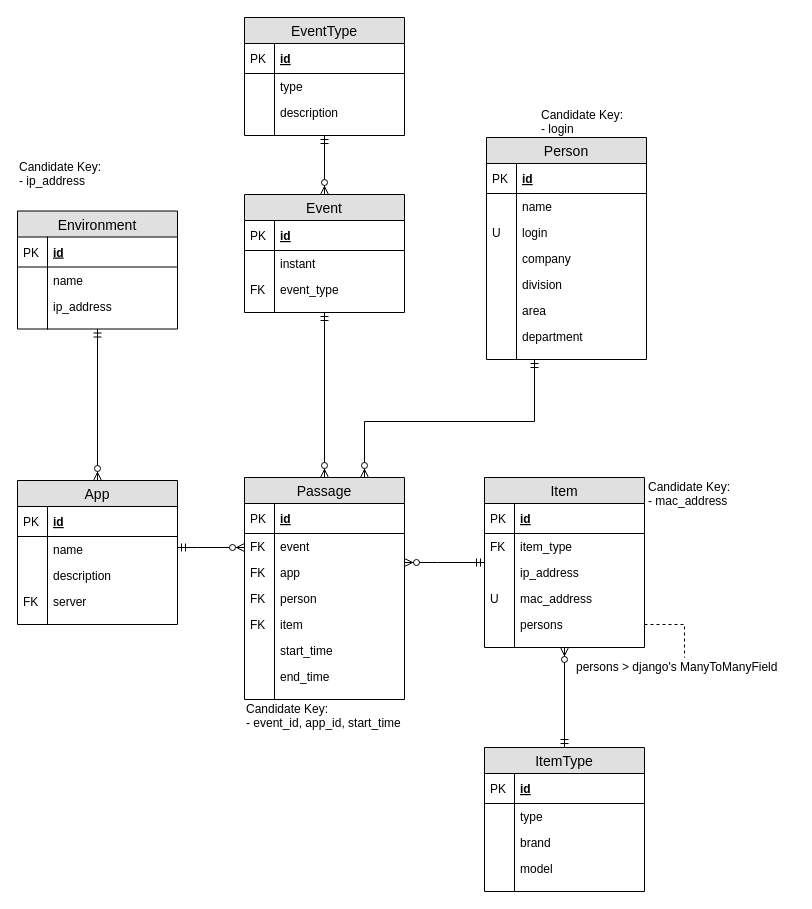
This is page "ER Extended" (2 of 2) of documentation/models/db_model.drawio from apm1005/TFG, a draw.io file, before an edit. Source tidied: cells renumbered, new cells numbered last; positions are measured from the earlier drawing's top-left corner, leaving out a move shared by most shapes. Both pictures are drawn from the tidied source at 100%, with x=0, y=0 at pixel (17, 17).
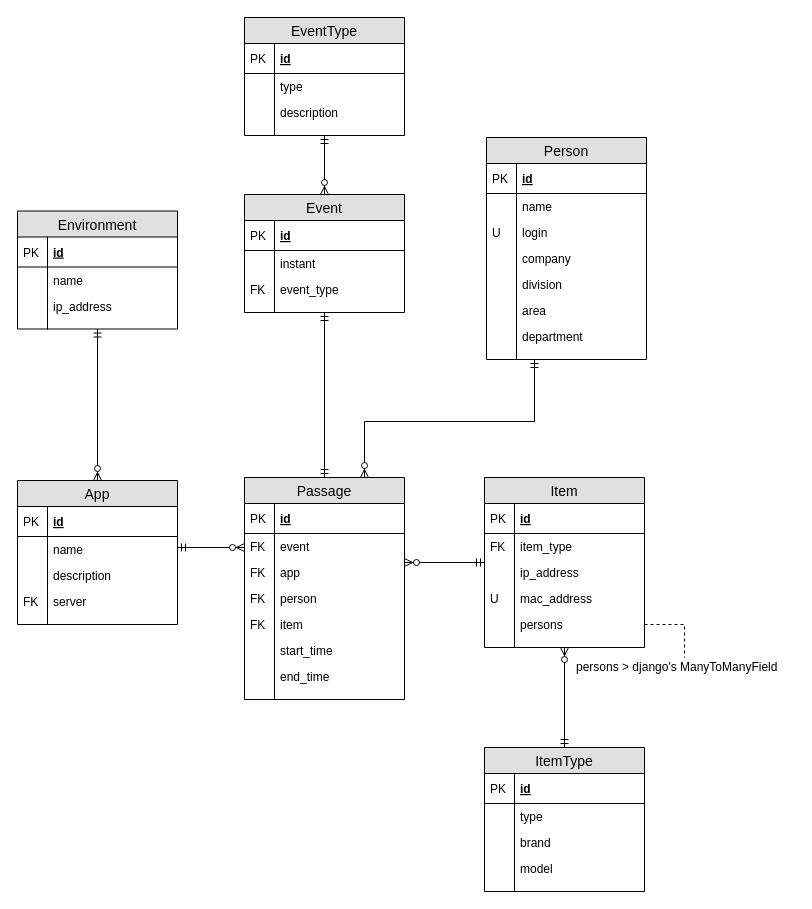
The same diagram, later.

The change refers to these unchanged cells:
```xml
<mxCell id="15" value="Event" style="swimlane;fontStyle=0;horizontal=1;startSize=26;fillColor=#e0e0e0;swimlaneFillColor=#ffffff;align=center;fontSize=14;" parent="1" vertex="1">
  <mxGeometry x="227" y="177" width="160" height="118" as="geometry" />
</mxCell>
<mxCell id="26" value="Passage" style="swimlane;fontStyle=0;horizontal=1;startSize=26;fillColor=#e0e0e0;swimlaneFillColor=#ffffff;align=center;fontSize=14;" parent="1" vertex="1">
  <mxGeometry x="227" y="460" width="160" height="222" as="geometry" />
</mxCell>
```

The edit, as a diff of the source:
```diff
@@
-    <mxCell id="24" style="edgeStyle=orthogonalEdgeStyle;rounded=0;jettySize=auto;html=1;startArrow=ERzeroToMany;startFill=1;endArrow=ERmandOne;endFill=0;" parent="1" edge="1" source="26" target="15">
+    <mxCell id="24" style="edgeStyle=orthogonalEdgeStyle;rounded=0;jettySize=auto;html=1;startArrow=ERmandOne;startFill=0;endArrow=ERmandOne;endFill=0;" parent="1" edge="1" source="26" target="15">
       <mxGeometry relative="1" as="geometry" />
     </mxCell>
@@
-    <mxCell id="105" value="Candidate Key: &lt;br&gt;- event_id, app_id, start_time" style="text;html=1;align=left;verticalAlign=top;spacingTop=-4;" parent="1" vertex="1">
-      <mxGeometry x="227" y="682" width="170" height="30" as="geometry" />
-    </mxCell>
-    <mxCell id="106" value="Candidate Key:&lt;br&gt;- mac_address" style="text;html=1;align=left;verticalAlign=top;spacingTop=-4;" parent="1" vertex="1">
-      <mxGeometry x="629" y="460" width="100" height="30" as="geometry" />
-    </mxCell>
-    <mxCell id="107" value="Candidate Key:&lt;br&gt;- login" style="text;html=1;align=left;verticalAlign=top;spacingTop=-4;" parent="1" vertex="1">
-      <mxGeometry x="522" y="88" width="100" height="30" as="geometry" />
-    </mxCell>
-    <mxCell id="108" value="Candidate Key:&lt;br&gt;- ip_address" style="text;html=1;align=left;verticalAlign=top;spacingTop=-4;" parent="1" vertex="1">
-      <mxGeometry y="140" width="100" height="30" as="geometry" />
-    </mxCell>
```
